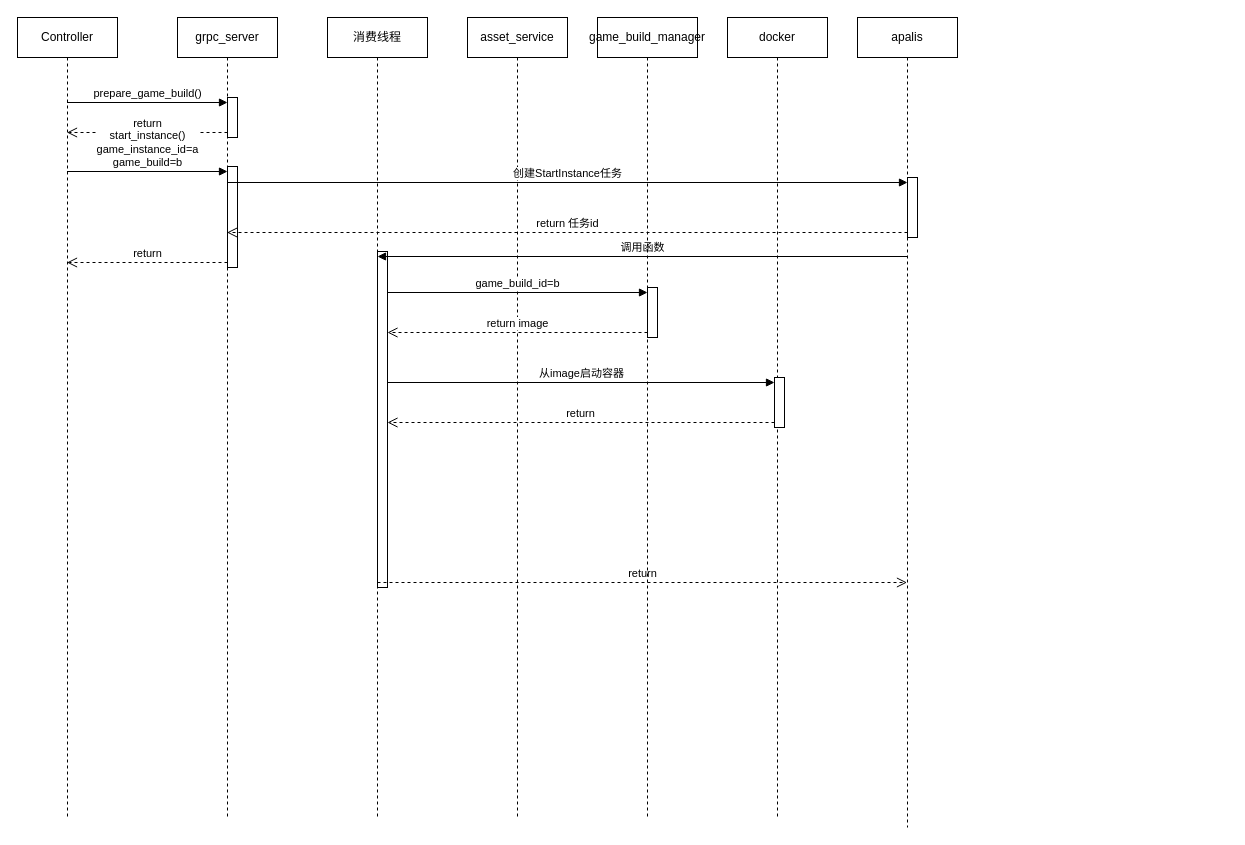
Before: node_agent/docs/start_instance时序图.drawio.xml in tanghaijia/game_server_cluster, a draw.io diagram. Source tidied: cells renumbered, new cells numbered last; positions are measured from the earlier drawing's top-left corner, leaving out a move shared by most shapes. Both pictures are drawn from the tidied source at 100%, with x=0, y=0 at pixel (17, 17).
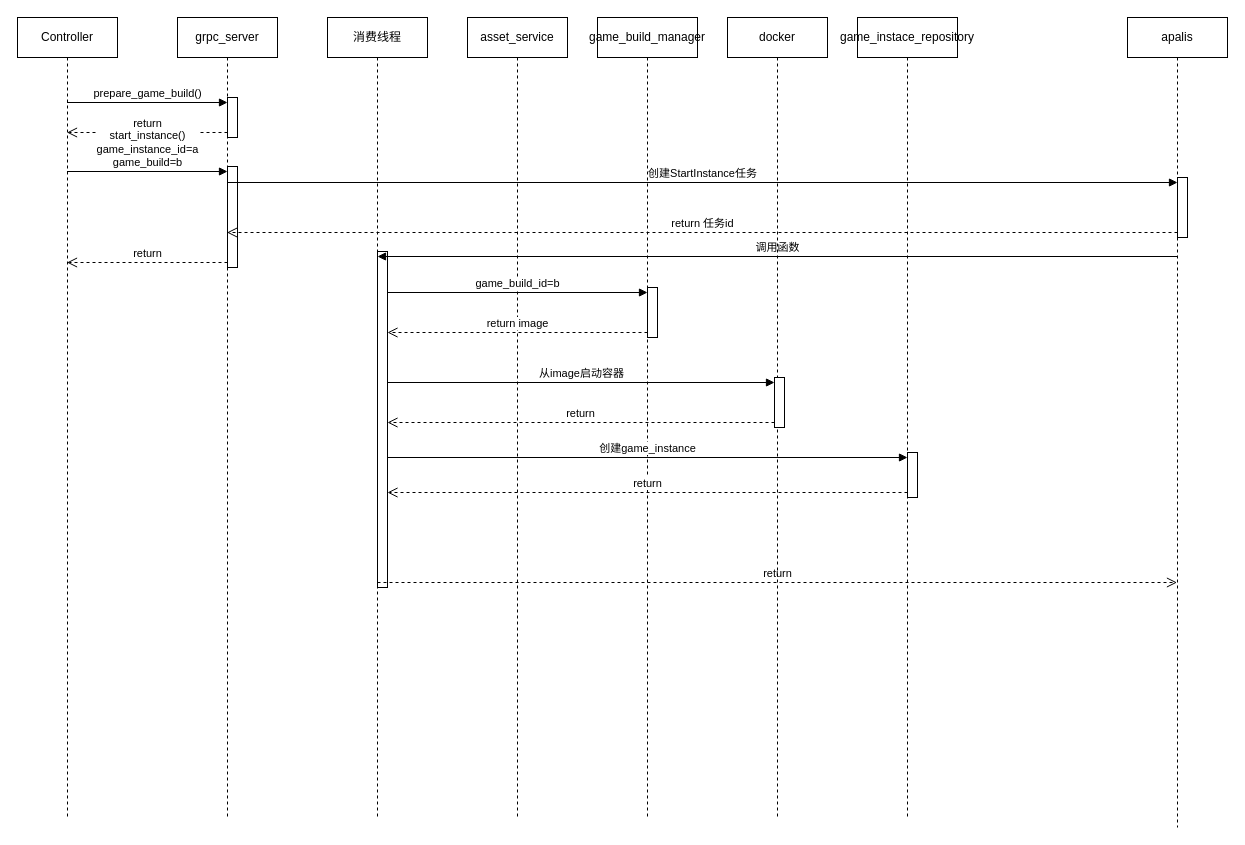
After the change.

Unchanged cells that the change refers to:
```xml
<mxCell id="3" style="html=1;points=[[0,0,0,0,5],[0,1,0,0,-5],[1,0,0,0,5],[1,1,0,0,-5]];perimeter=orthogonalPerimeter;outlineConnect=0;targetShapes=umlLifeline;portConstraint=eastwest;newEdgeStyle={&quot;curved&quot;:0,&quot;rounded&quot;:0};" parent="2" vertex="1">
  <mxGeometry x="50" y="234" width="10" height="336" as="geometry" />
</mxCell>
```

The edit, as a diff of the source:
```diff
@@
     <mxCell id="13" value="apalis" style="shape=umlLifeline;perimeter=lifelinePerimeter;whiteSpace=wrap;html=1;outlineConnect=0;portConstraint=eastwest;newEdgeStyle={&quot;curved&quot;:0,&quot;rounded&quot;:0};" parent="1" vertex="1">
-      <mxGeometry x="840" width="100" height="810" as="geometry" />
+      <mxGeometry x="1110" width="100" height="810" as="geometry" />
     </mxCell>
@@
+    <mxCell id="27" value="game_instace_repository" style="shape=umlLifeline;perimeter=lifelinePerimeter;whiteSpace=wrap;html=1;newEdgeStyle={&quot;curved&quot;:0,&quot;rounded&quot;:0};" parent="1" vertex="1">
+      <mxGeometry x="840" width="100" height="800" as="geometry" />
+    </mxCell>
+    <mxCell id="28" style="html=1;points=[[0,0,0,0,5],[0,1,0,0,-5],[1,0,0,0,5],[1,1,0,0,-5]];perimeter=orthogonalPerimeter;outlineConnect=0;targetShapes=umlLifeline;portConstraint=eastwest;newEdgeStyle={&quot;curved&quot;:0,&quot;rounded&quot;:0};" parent="27" vertex="1">
+      <mxGeometry x="50" y="435" width="10" height="45" as="geometry" />
+    </mxCell>
+    <mxCell id="29" value="创建game_instance" style="html=1;verticalAlign=bottom;endArrow=block;curved=0;rounded=0;entryX=0;entryY=0;entryDx=0;entryDy=5;" parent="1" edge="1" source="3" target="28">
+      <mxGeometry relative="1" as="geometry" />
+    </mxCell>
+    <mxCell id="30" value="return" style="html=1;verticalAlign=bottom;endArrow=open;dashed=1;endSize=8;curved=0;rounded=0;exitX=0;exitY=1;exitDx=0;exitDy=-5;" parent="1" edge="1" source="28" target="3">
+      <mxGeometry relative="1" as="geometry" />
+    </mxCell>
```
